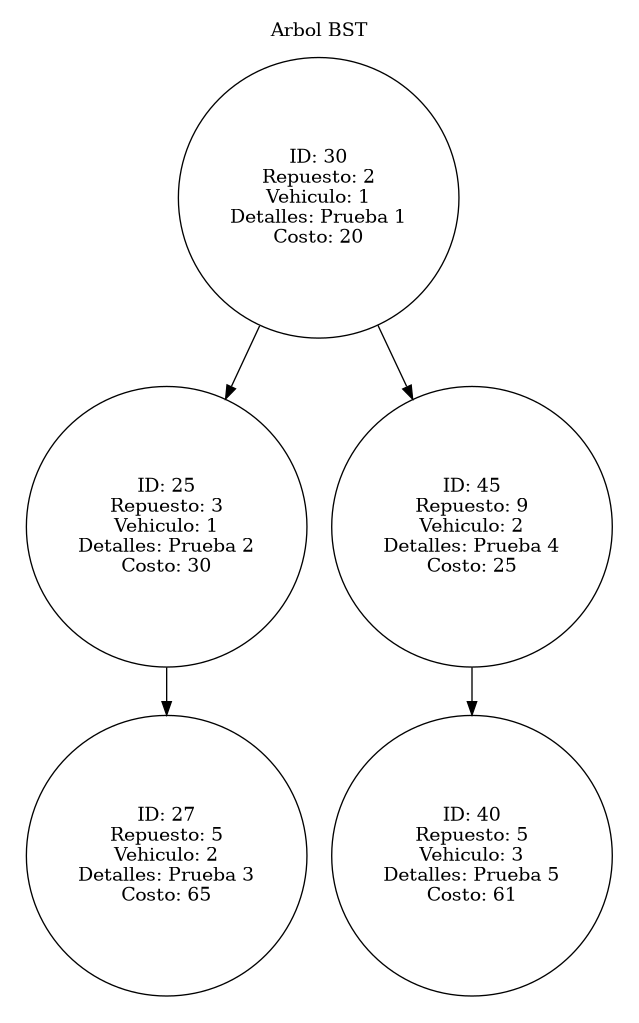
The Graphviz diagram Proyecto-Fase 2/Reportes/BST.png in Rodrigo-1504/-EDD-1S2025_202202854, before a commit. Its source is kept beside it as Proyecto-Fase 2/Reportes/BST.dot.
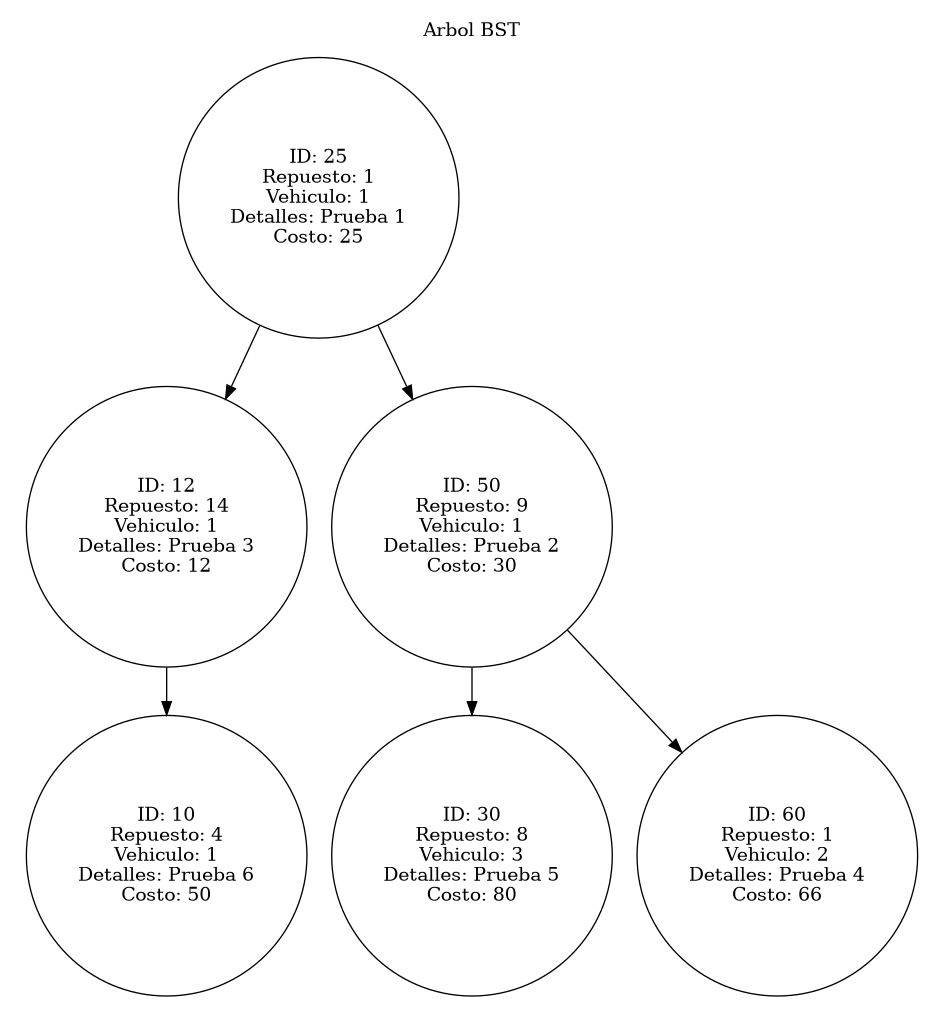
The same file after the commit.

The edit, as a diff of the source:
```diff
@@ -3,34 +3,40 @@
 	graph[pencolor=transparent];
 	subgraph cluster_0{
 		label = "Arbol BST";
-	"30" [label = "ID: 30
-Repuesto: 2
+	"25" [label = "ID: 25
+Repuesto: 1
 Vehiculo: 1
 Detalles: Prueba 1
-Costo: 20"];
-	"30" -> "25";
-	"30" -> "45";
-	"25" [label = "ID: 25
-Repuesto: 3
+Costo: 25"];
+	"25" -> "12";
+	"25" -> "50";
+	"12" [label = "ID: 12
+Repuesto: 14
+Vehiculo: 1
+Detalles: Prueba 3
+Costo: 12"];
+	"12" -> "10";
+	"10" [label = "ID: 10
+Repuesto: 4
+Vehiculo: 1
+Detalles: Prueba 6
+Costo: 50"];
+	"50" [label = "ID: 50
+Repuesto: 9
 Vehiculo: 1
 Detalles: Prueba 2
 Costo: 30"];
-	"25" -> "27";
-	"27" [label = "ID: 27
-Repuesto: 5
-Vehiculo: 2
-Detalles: Prueba 3
-Costo: 65"];
-	"45" [label = "ID: 45
-Repuesto: 9
+	"50" -> "30";
+	"50" -> "60";
+	"30" [label = "ID: 30
+Repuesto: 8
+Vehiculo: 3
+Detalles: Prueba 5
+Costo: 80"];
+	"60" [label = "ID: 60
+Repuesto: 1
 Vehiculo: 2
 Detalles: Prueba 4
-Costo: 25"];
-	"45" -> "40";
-	"40" [label = "ID: 40
-Repuesto: 5
-Vehiculo: 3
-Detalles: Prueba 5
-Costo: 61"];
+Costo: 66"];
 		}
 }
```
